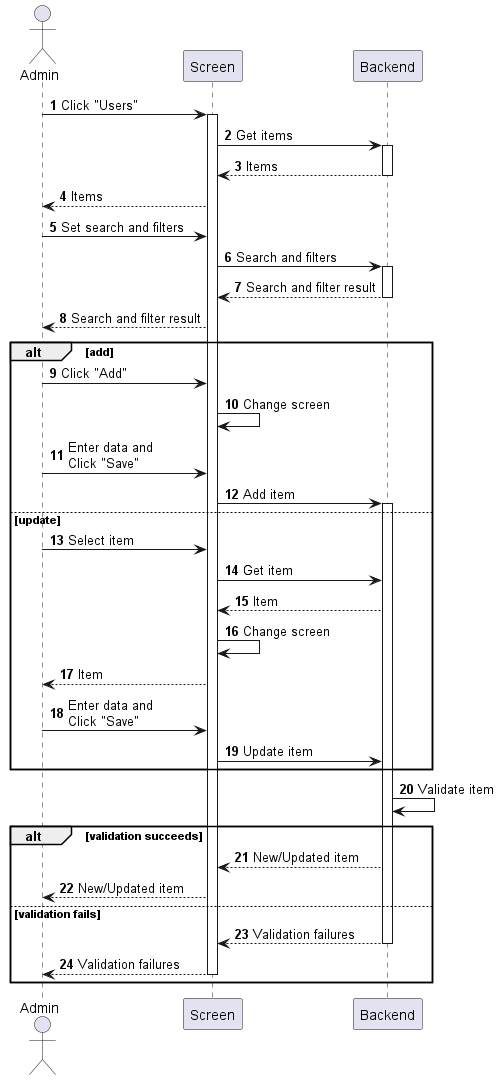
phihungha/scmss-reqs keeps this PlantUML diagram as sequences/user-manage.png. Above is the earlier version. Source of this version:
```plantuml
@startuml user-manage
autonumber

actor "Admin" as a
participant Screen as f
participant Backend as b

a -> f : Click "Users"
activate f
f -> b : Get items
activate b
return Items
f --> a : Items
a -> f : Set search and filters
f -> b : Search and filters
activate b
return Search and filter result
f --> a : Search and filter result

alt add
    a -> f : Click "Add"
    f -> f : Change screen
    a -> f : Enter data and\nClick "Save"
    f -> b : Add item
    activate b
else update
    a -> f : Select item
    f -> b : Get item
    b --> f : Item
    f -> f : Change screen
    f --> a : Item
    a -> f : Enter data and\nClick "Save"
    f -> b : Update item
end

b -> b : Validate item

alt validation succeeds
    b --> f : New/Updated item
    f --> a : New/Updated item
else validation fails
    return Validation failures
    return Validation failures
end
@enduml
```
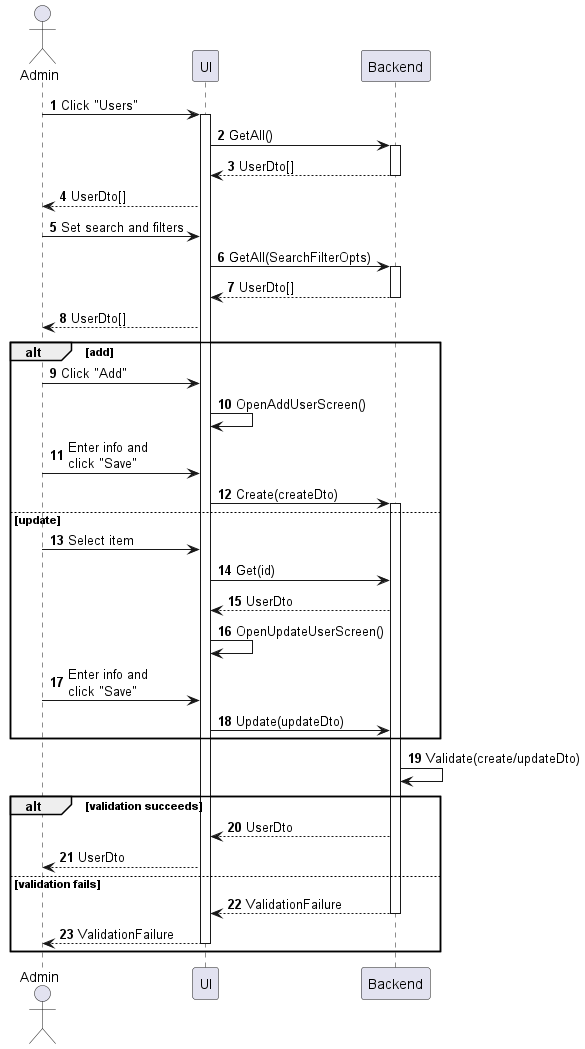
Later version of the same file.

What changed in the source:
```diff
@@ -2,44 +2,43 @@
 autonumber
 
 actor "Admin" as a
-participant Screen as f
+participant UI as f
 participant Backend as b
 
 a -> f : Click "Users"
 activate f
-f -> b : Get items
+f -> b : GetAll()
 activate b
-return Items
-f --> a : Items
+return UserDto[]
+f --> a : UserDto[]
 a -> f : Set search and filters
-f -> b : Search and filters
+f -> b : GetAll(SearchFilterOpts)
 activate b
-return Search and filter result
-f --> a : Search and filter result
+return UserDto[]
+f --> a : UserDto[]
 
 alt add
     a -> f : Click "Add"
-    f -> f : Change screen
-    a -> f : Enter data and\nClick "Save"
-    f -> b : Add item
+    f -> f : OpenAddUserScreen()
+    a -> f : Enter info and\nclick "Save"
+    f -> b : Create(createDto)
     activate b
 else update
     a -> f : Select item
-    f -> b : Get item
-    b --> f : Item
-    f -> f : Change screen
-    f --> a : Item
-    a -> f : Enter data and\nClick "Save"
-    f -> b : Update item
+    f -> b : Get(id)
+    b --> f : UserDto
+    f -> f : OpenUpdateUserScreen()
+    a -> f : Enter info and\nclick "Save"
+    f -> b : Update(updateDto)
 end
 
-b -> b : Validate item
+b -> b : Validate(create/updateDto)
 
 alt validation succeeds
-    b --> f : New/Updated item
-    f --> a : New/Updated item
+    b --> f : UserDto
+    f --> a : UserDto
 else validation fails
-    return Validation failures
-    return Validation failures
+    return ValidationFailure
+    return ValidationFailure
 end
 @enduml
```
